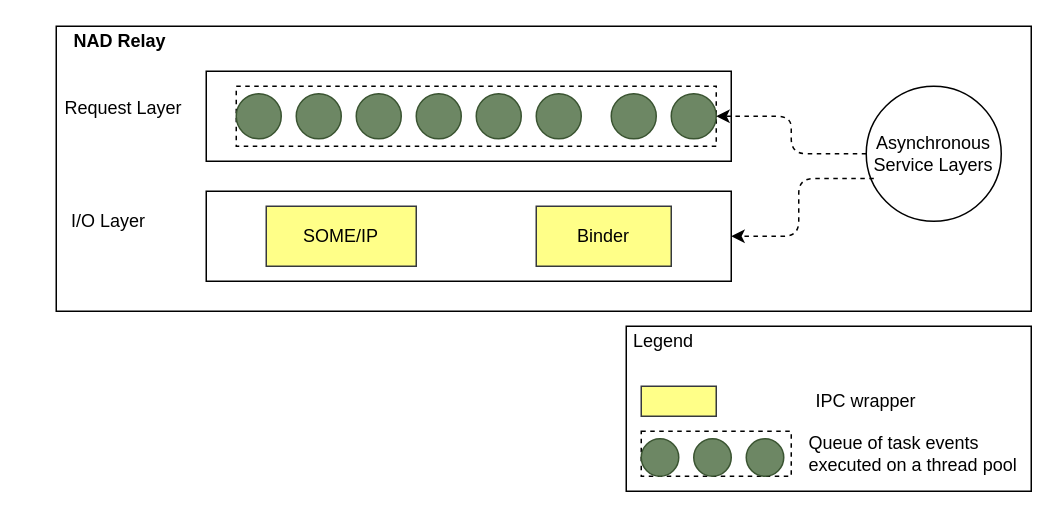
Before: page "half_sync_nadrelay" (8 of 18) of doc/SA cert/Design/scalability.drawio in taikt/codefun, a draw.io diagram. Source tidied: cells renumbered, new cells numbered last; positions are measured from the earlier drawing's top-left corner, leaving out a move shared by most shapes. Both pictures are drawn from the tidied source at 150%, with x=0, y=0 at pixel (26, 26).
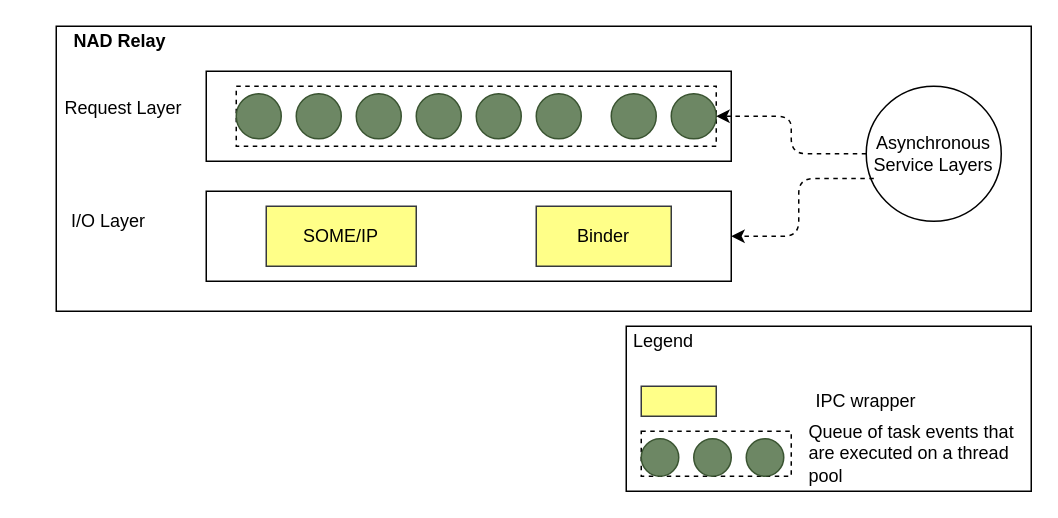
The same page after the edit.

Diff of the diagram source:
```diff
@@
-    <mxCell id="30" value="Queue of task events executed on a thread pool" style="text;html=1;strokeColor=none;fillColor=none;align=left;verticalAlign=middle;whiteSpace=wrap;rounded=0;" parent="1" vertex="1">
+    <mxCell id="30" value="Queue of task events that are executed on a thread pool" style="text;html=1;strokeColor=none;fillColor=none;align=left;verticalAlign=middle;whiteSpace=wrap;rounded=0;" parent="1" vertex="1">
       <mxGeometry x="520" y="275" width="150" height="20" as="geometry" />
     </mxCell>
```
